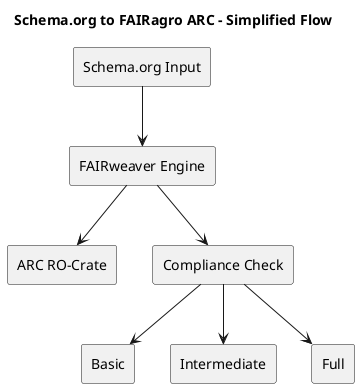
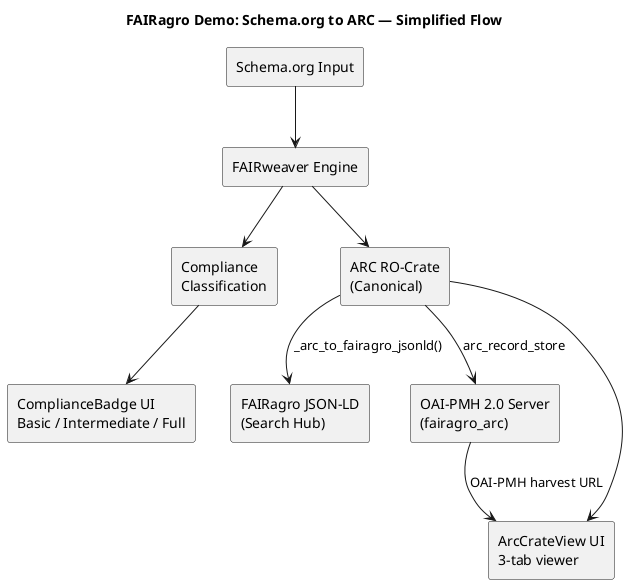
@startuml
- title Schema.org to FAIRagro ARC - Simplified Flow
+ title FAIRagro Demo: Schema.org to ARC — Simplified Flow

rectangle "Schema.org Input" as input
rectangle "FAIRweaver Engine" as engine
- rectangle "ARC RO-Crate" as output
- rectangle "Compliance Check" as compliance
- rectangle "Basic" as basic
- rectangle "Intermediate" as inter
- rectangle "Full" as full
+ rectangle "Compliance\nClassification" as compliance
+ rectangle "ComplianceBadge UI\nBasic / Intermediate / Full" as badge
+ rectangle "ARC RO-Crate\n(Canonical)" as arc
+ rectangle "FAIRagro JSON-LD\n(Search Hub)" as fairagro
+ rectangle "OAI-PMH 2.0 Server\n(fairagro_arc)" as oai
+ rectangle "ArcCrateView UI\n3-tab viewer" as viewer

input --> engine
engine --> compliance
- engine --> output
- compliance --> basic
- compliance --> inter
- compliance --> full
+ engine --> arc
+ compliance --> badge
+ arc --> fairagro : _arc_to_fairagro_jsonld()
+ arc --> oai : arc_record_store
+ arc --> viewer
+ oai --> viewer : OAI-PMH harvest URL

@enduml
